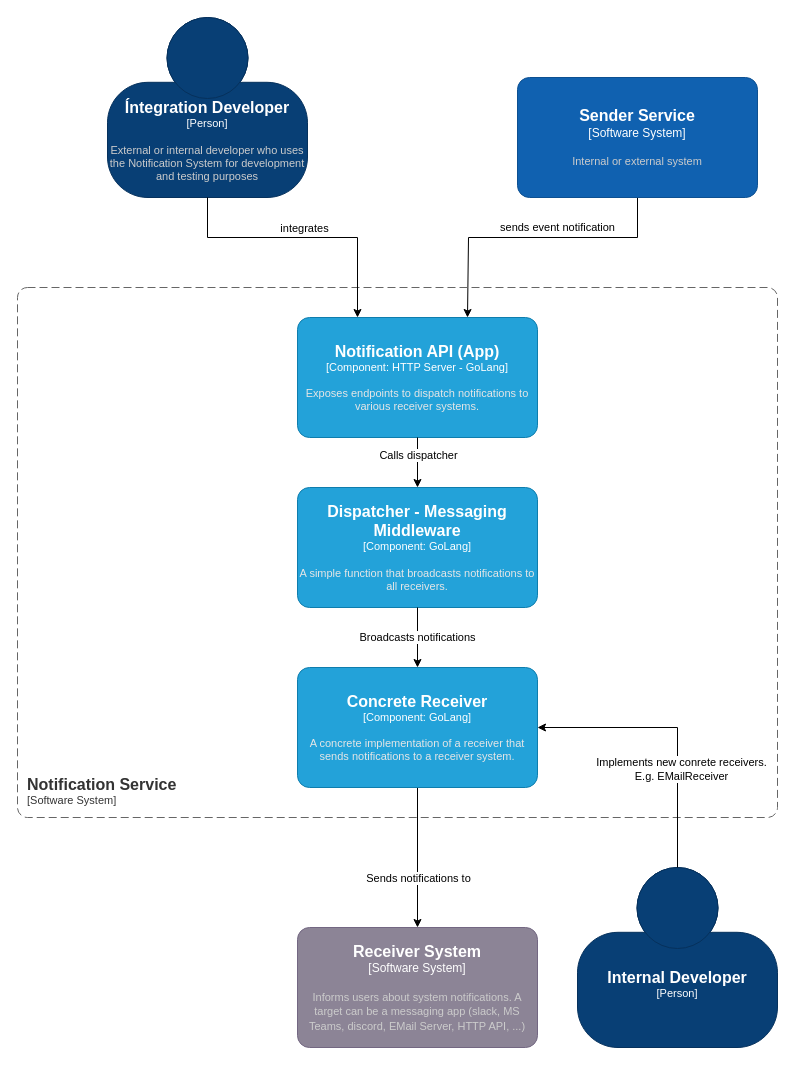
The draw.io diagram docs/assets/NotificationService.drawio in MariusSc/go-notification-service, before the edit. Source tidied: cells renumbered, new cells numbered last; positions are measured from the earlier drawing's top-left corner, leaving out a move shared by most shapes. Both pictures are drawn from the tidied source at 100%, with x=0, y=0 at pixel (17, 17).
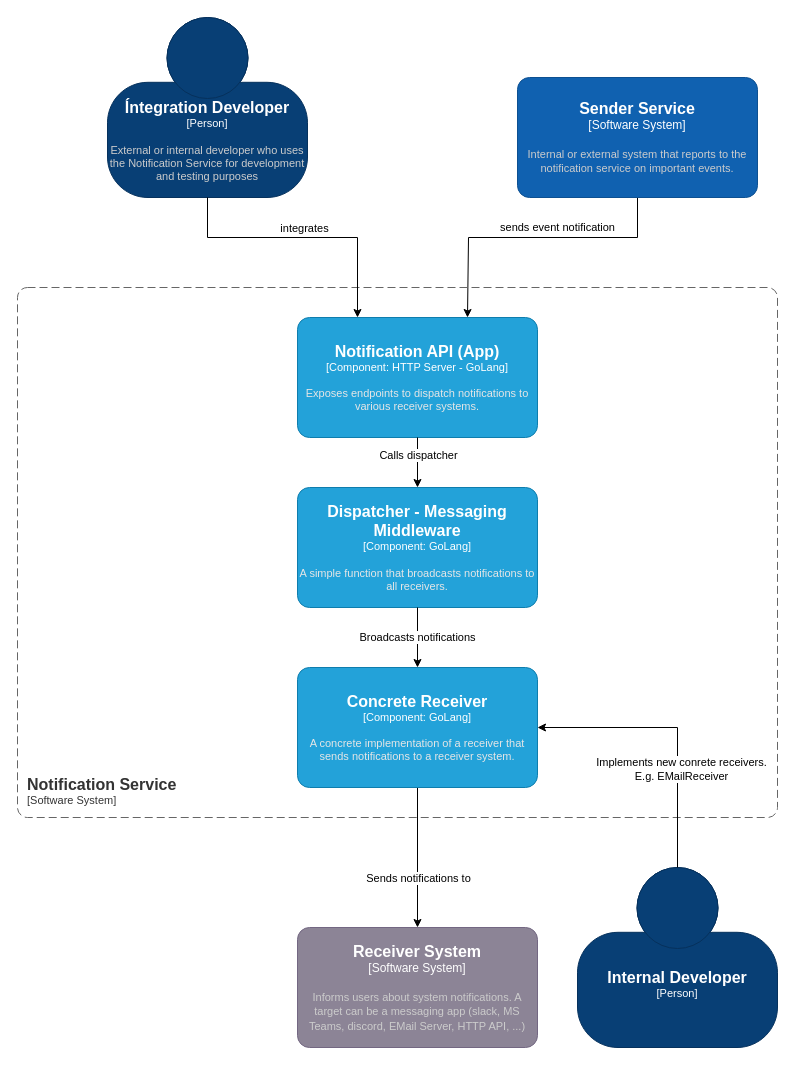
The same page after the edit.

Commit message (it also covers changes not shown here):
Fix typos and enhance description in NotificationServiceComponents diagram

What changed in the source:
```diff
@@
-    <object id="2" label="&lt;font style=&quot;font-size: 16px&quot;&gt;&lt;b&gt;%c4Name%&lt;/b&gt;&lt;/font&gt;&lt;div&gt;[%c4Type%]&lt;/div&gt;&lt;br&gt;&lt;div&gt;&lt;font style=&quot;font-size: 11px&quot;&gt;&lt;font color=&quot;#cccccc&quot;&gt;%c4Description%&lt;/font&gt;&lt;/div&gt;" c4Description="External or internal developer who uses the Notification System for development and testing purposes" c4Name="Íntegration Developer" c4Type="Person" placeholders="1">
+    <object id="2" label="&lt;font style=&quot;font-size: 16px&quot;&gt;&lt;b&gt;%c4Name%&lt;/b&gt;&lt;/font&gt;&lt;div&gt;[%c4Type%]&lt;/div&gt;&lt;br&gt;&lt;div&gt;&lt;font style=&quot;font-size: 11px&quot;&gt;&lt;font color=&quot;#cccccc&quot;&gt;%c4Description%&lt;/font&gt;&lt;/div&gt;" c4Description="External or internal developer who uses the Notification Service for development and testing purposes" c4Name="Íntegration Developer" c4Type="Person" placeholders="1">
       <mxCell style="html=1;fontSize=11;dashed=0;whiteSpace=wrap;fillColor=#083F75;strokeColor=#06315C;fontColor=#ffffff;shape=mxgraph.c4.person2;align=center;points=[[0.5,0,0],[1,0.5,0],[1,0.75,0],[0.75,1,0],[0.5,1,0],[0.25,1,0],[0,0.75,0],[0,0.5,0]];" parent="1" vertex="1">
         <mxGeometry x="90" width="200" height="180" as="geometry" />
       </mxCell>
     </object>
@@
-    <object id="5" label="&lt;font style=&quot;font-size: 16px&quot;&gt;&lt;b&gt;%c4Name%&lt;/b&gt;&lt;/font&gt;&lt;div&gt;[%c4Type%]&lt;/div&gt;&lt;br&gt;&lt;div&gt;&lt;font style=&quot;font-size: 11px&quot;&gt;&lt;font color=&quot;#cccccc&quot;&gt;%c4Description%&lt;/font&gt;&lt;/div&gt;" c4Description="Internal or external system" c4Name="Sender Service" c4Type="Software System" placeholders="1">
+    <object id="5" label="&lt;font style=&quot;font-size: 16px&quot;&gt;&lt;b&gt;%c4Name%&lt;/b&gt;&lt;/font&gt;&lt;div&gt;[%c4Type%]&lt;/div&gt;&lt;br&gt;&lt;div&gt;&lt;font style=&quot;font-size: 11px&quot;&gt;&lt;font color=&quot;#cccccc&quot;&gt;%c4Description%&lt;/font&gt;&lt;/div&gt;" c4Description="Internal or external system that reports to the notification service on important events." c4Name="Sender Service" c4Type="Software System" placeholders="1">
       <mxCell style="rounded=1;whiteSpace=wrap;html=1;labelBackgroundColor=none;fillColor=#1061B0;fontColor=#ffffff;align=center;arcSize=10;strokeColor=#0D5091;points=[[0.25,0,0],[0.5,0,0],[0.75,0,0],[1,0.25,0],[1,0.5,0],[1,0.75,0],[0.75,1,0],[0.5,1,0],[0.25,1,0],[0,0.75,0],[0,0.5,0],[0,0.25,0]];" parent="1" vertex="1">
         <mxGeometry x="500" y="60" width="240" height="120" as="geometry" />
       </mxCell>
     </object>
```
